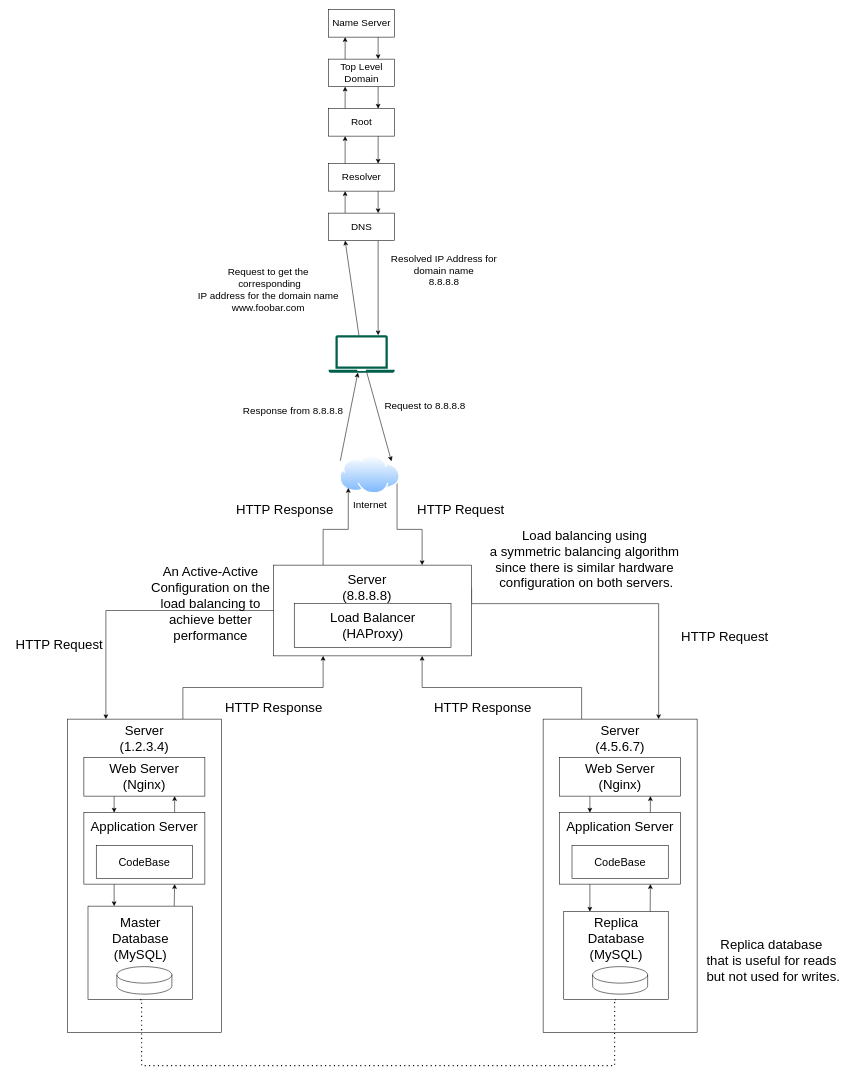
The draw.io diagram 0x09-web_infrastructure_design/pics/1-distributed_web_infrastructure (1).drawio in ka1ea6/alx-system_engineering-devops, before the edit. Source tidied: cells renumbered, new cells numbered last; positions are measured from the earlier drawing's top-left corner, leaving out a move shared by most shapes. Both pictures are drawn from the tidied source at 55%, with x=0, y=0 at pixel (9, 9).
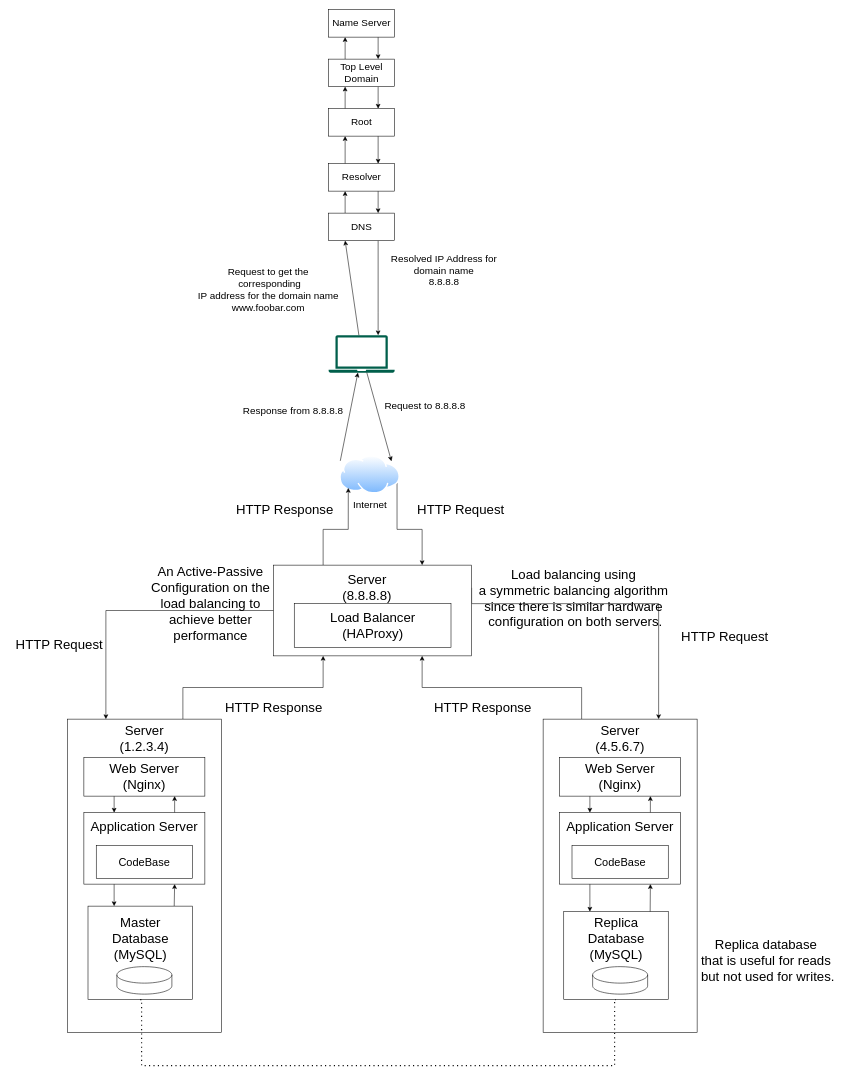
The same diagram, later.

Change to the diagram source:
```diff
@@
     <mxCell id="67" value="Load balancing using&lt;br&gt;a symmetric balancing algorithm&lt;br&gt;since there is similar hardware&lt;br&gt;&amp;nbsp;configuration on both servers." style="text;html=1;align=center;verticalAlign=middle;strokeColor=none;fillColor=none;fontSize=24;" parent="1" vertex="1">
-      <mxGeometry x="860" y="935" width="370" height="130" as="geometry" />
+      <mxGeometry x="840" y="1005" width="370" height="130" as="geometry" />
     </mxCell>
@@
     <mxCell id="72" value="Replica database&lt;br&gt;that is useful for reads&lt;br&gt;&amp;nbsp;but not used for writes." style="text;html=1;align=center;verticalAlign=middle;strokeColor=none;fillColor=none;fontSize=24;" parent="1" vertex="1">
-      <mxGeometry x="1250" y="1680" width="270" height="100" as="geometry" />
+      <mxGeometry x="1240" y="1680" width="270" height="100" as="geometry" />
     </mxCell>
-    <mxCell id="73" value="An Active-Active &lt;br&gt;Configuration on the &lt;br&gt;load balancing to &lt;br&gt;achieve better &lt;br&gt;performance" style="text;html=1;align=center;verticalAlign=middle;strokeColor=none;fillColor=none;fontSize=24;" parent="1" vertex="1">
+    <mxCell id="73" value="An Active-Passive&lt;br&gt;Configuration on the &lt;br&gt;load balancing to &lt;br&gt;achieve better &lt;br&gt;performance" style="text;html=1;align=center;verticalAlign=middle;strokeColor=none;fillColor=none;fontSize=24;" parent="1" vertex="1">
       <mxGeometry x="245" y="1000" width="240" height="160" as="geometry" />
     </mxCell>
```
